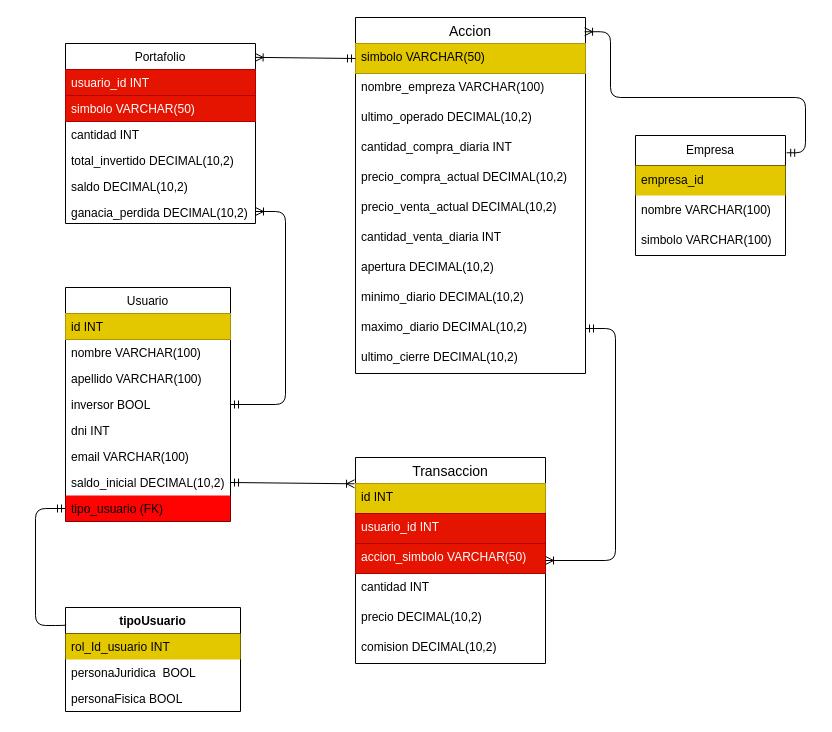
Earlier version of the draw.io diagram base_de_datos/proyecto.drawio (ispc-team-13/argBrokerDemo). Source tidied: cells renumbered, new cells numbered last; positions are measured from the earlier drawing's top-left corner, leaving out a move shared by most shapes. Both pictures are drawn from the tidied source at 100%, with x=0, y=0 at pixel (35, 17).
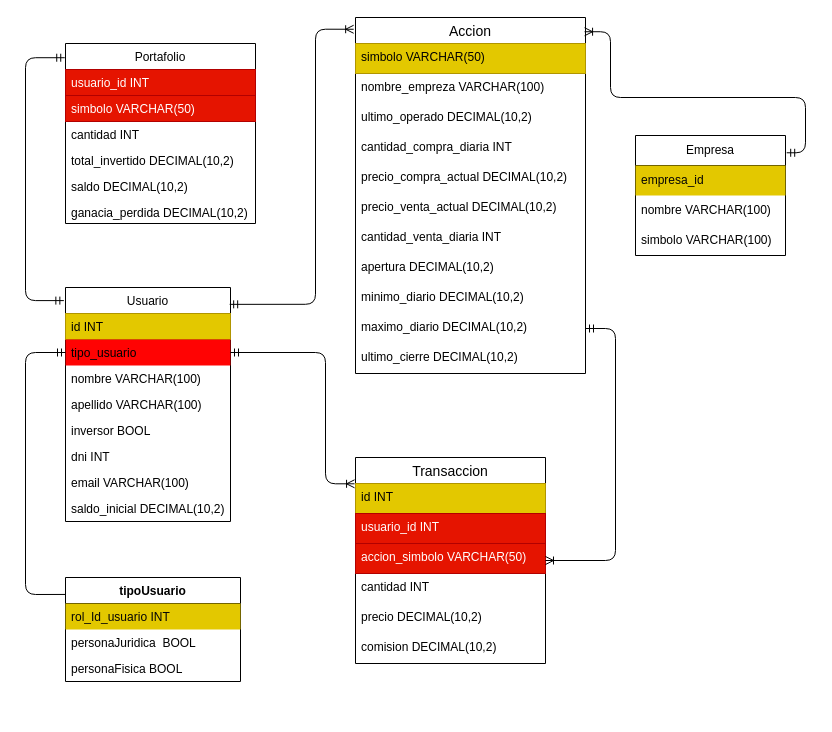
The same diagram, later.

Commit message (it also covers changes not shown here):
Modificación descripción

The change refers to these unchanged cells:
```xml
<mxCell id="2" value="Portafolio" style="swimlane;fontStyle=0;horizontal=1;startSize=26;fillColor=default;" parent="1" vertex="1">
  <mxGeometry x="30" y="26" width="190" height="180" as="geometry" />
</mxCell>
<mxCell id="8" value="ganacia_perdida DECIMAL(10,2)" style="text;strokeColor=none;fillColor=none;align=left;verticalAlign=top;spacingLeft=4;spacingRight=4;overflow=hidden;points=[[0,0.5],[1,0.5]];portConstraint=eastwest;" parent="2" vertex="1">
  <mxGeometry y="156" width="190" height="24" as="geometry" />
</mxCell>
<mxCell id="9" value="Usuario" style="swimlane;fontStyle=0;horizontal=1;startSize=26;fillColor=default;direction=east;" parent="1" vertex="1">
  <mxGeometry x="30" y="270" width="165" height="234" as="geometry" />
</mxCell>
<mxCell id="19" value="Accion" style="swimlane;fontStyle=0;horizontal=1;startSize=26;align=center;fontSize=14;" parent="1" vertex="1">
  <mxGeometry x="320" width="230" height="356" as="geometry" />
</mxCell>
<mxCell id="20" value="simbolo VARCHAR(50)" style="text;strokeColor=#B09500;fillColor=#e3c800;spacingLeft=4;spacingRight=4;overflow=hidden;points=[[0,0.5],[1,0.5]];portConstraint=eastwest;fontSize=12;fontColor=#000000;" parent="19" vertex="1">
  <mxGeometry y="26" width="230" height="30" as="geometry" />
</mxCell>
<mxCell id="33" value="id INT" style="text;strokeColor=#B09500;fillColor=#e3c800;spacingLeft=4;spacingRight=4;overflow=hidden;points=[[0,0.5],[1,0.5]];portConstraint=eastwest;fontSize=12;fontColor=#000000;" parent="32" vertex="1">
  <mxGeometry y="26" width="190" height="30" as="geometry" />
</mxCell>
```

Diff of the diagram source:
```diff
@@
+    <mxCell id="17" value="tipo_usuario" style="text;strokeColor=none;fillColor=#FF0303;align=left;verticalAlign=top;spacingLeft=4;spacingRight=4;overflow=hidden;points=[[0,0.5],[1,0.5]];portConstraint=eastwest;" parent="9" vertex="1">
+      <mxGeometry y="52" width="165" height="26" as="geometry" />
+    </mxCell>
     <mxCell id="11" value="nombre VARCHAR(100)" style="text;strokeColor=none;fillColor=none;align=left;verticalAlign=top;spacingLeft=4;spacingRight=4;overflow=hidden;" parent="9" vertex="1">
-      <mxGeometry y="52" width="165" height="26" as="geometry" />
+      <mxGeometry y="78" width="165" height="26" as="geometry" />
     </mxCell>
     <mxCell id="12" value="apellido VARCHAR(100)" style="text;strokeColor=none;fillColor=none;align=left;verticalAlign=top;spacingLeft=4;spacingRight=4;overflow=hidden;" parent="9" vertex="1">
-      <mxGeometry y="78" width="165" height="26" as="geometry" />
+      <mxGeometry y="104" width="165" height="26" as="geometry" />
     </mxCell>
     <mxCell id="13" value="inversor BOOL" style="text;strokeColor=none;fillColor=none;align=left;verticalAlign=top;spacingLeft=4;spacingRight=4;overflow=hidden;" parent="9" vertex="1">
-      <mxGeometry y="104" width="165" height="26" as="geometry" />
+      <mxGeometry y="130" width="165" height="26" as="geometry" />
     </mxCell>
     <mxCell id="14" value="dni INT" style="text;strokeColor=none;fillColor=none;align=left;verticalAlign=top;spacingLeft=4;spacingRight=4;overflow=hidden;" parent="9" vertex="1">
-      <mxGeometry y="130" width="165" height="26" as="geometry" />
+      <mxGeometry y="156" width="165" height="26" as="geometry" />
     </mxCell>
     <mxCell id="15" value="email VARCHAR(100)" style="text;strokeColor=none;fillColor=none;align=left;verticalAlign=top;spacingLeft=4;spacingRight=4;overflow=hidden;" parent="9" vertex="1">
-      <mxGeometry y="156" width="165" height="26" as="geometry" />
+      <mxGeometry y="182" width="165" height="26" as="geometry" />
     </mxCell>
     <mxCell id="16" value="saldo_inicial DECIMAL(10,2)" style="text;strokeColor=none;fillColor=none;align=left;verticalAlign=top;spacingLeft=4;spacingRight=4;overflow=hidden;points=[[0,0.5],[1,0.5]];portConstraint=eastwest;" parent="9" vertex="1">
-      <mxGeometry y="182" width="165" height="26" as="geometry" />
+      <mxGeometry y="208" width="165" height="26" as="geometry" />
     </mxCell>
-    <mxCell id="17" value="tipo_usuario (FK)" style="text;strokeColor=none;fillColor=#FF0303;align=left;verticalAlign=top;spacingLeft=4;spacingRight=4;overflow=hidden;points=[[0,0.5],[1,0.5]];portConstraint=eastwest;" parent="9" vertex="1">
-      <mxGeometry y="208" width="165" height="26" as="geometry" />
-    </mxCell>
-    <mxCell id="18" style="edgeStyle=entityRelationEdgeStyle;fontSize=12;html=1;endArrow=ERoneToMany;startArrow=ERmandOne;" parent="1" edge="1" source="9" target="8">
-      <mxGeometry relative="1" as="geometry" />
+    <mxCell id="18" style="edgeStyle=orthogonalEdgeStyle;fontSize=12;html=1;endArrow=ERoneToMany;startArrow=ERmandOne;exitX=0.995;exitY=0.072;exitDx=0;exitDy=0;exitPerimeter=0;entryX=-0.008;entryY=0.033;entryDx=0;entryDy=0;entryPerimeter=0;" parent="1" edge="1" source="9" target="19">
+      <mxGeometry relative="1" as="geometry">
+        <Array as="points">
+          <mxPoint x="280" y="287" />
+          <mxPoint x="280" y="12" />
+        </Array>
+      </mxGeometry>
     </mxCell>
@@
-    <mxCell id="31" style="fontSize=12;html=1;endArrow=ERoneToMany;startArrow=ERmandOne;entryX=0.998;entryY=0.077;entryDx=0;entryDy=0;entryPerimeter=0;exitX=0;exitY=0.5;exitDx=0;exitDy=0;" parent="1" edge="1" source="20" target="2">
-      <mxGeometry relative="1" as="geometry" />
-    </mxCell>
@@
-    <mxCell id="39" style="fontSize=12;html=1;endArrow=ERoneToMany;startArrow=ERmandOne;exitX=1;exitY=0.5;exitDx=0;exitDy=0;entryX=-0.005;entryY=0.01;entryDx=0;entryDy=0;entryPerimeter=0;" parent="1" edge="1" source="16" target="33">
-      <mxGeometry relative="1" as="geometry" />
+    <mxCell id="39" style="fontSize=12;html=1;endArrow=ERoneToMany;startArrow=ERmandOne;exitX=1;exitY=0.5;exitDx=0;exitDy=0;entryX=-0.005;entryY=0.01;entryDx=0;entryDy=0;entryPerimeter=0;edgeStyle=orthogonalEdgeStyle;" parent="1" edge="1" source="17" target="33">
+      <mxGeometry relative="1" as="geometry">
+        <Array as="points">
+          <mxPoint x="290" y="335" />
+          <mxPoint x="290" y="466" />
+        </Array>
+      </mxGeometry>
     </mxCell>
@@
     <mxCell id="41" value="tipoUsuario" style="swimlane;fontStyle=1;align=center;verticalAlign=top;horizontal=1;startSize=26;" parent="1" vertex="1">
-      <mxGeometry x="30" y="590" width="175" height="104" as="geometry" />
+      <mxGeometry x="30" y="560" width="175" height="104" as="geometry" />
     </mxCell>
@@
     <mxCell id="45" style="edgeStyle=orthogonalEdgeStyle;fontSize=12;html=1;endArrow=ERmandOne;entryX=0;entryY=0.5;entryDx=0;entryDy=0;rounded=1;elbow=vertical;exitX=0.001;exitY=0.163;exitDx=0;exitDy=0;exitPerimeter=0;" parent="1" edge="1" source="41" target="17">
       <mxGeometry relative="1" as="geometry">
         <Array as="points">
-          <mxPoint y="608" />
-          <mxPoint y="491" />
+          <mxPoint x="-10" y="577" />
+          <mxPoint x="-10" y="335" />
         </Array>
       </mxGeometry>
     </mxCell>
@@
+    <mxCell id="51" style="edgeStyle=orthogonalEdgeStyle;fontSize=12;html=1;endArrow=ERmandOne;startArrow=ERmandOne;exitX=-0.01;exitY=0.056;exitDx=0;exitDy=0;exitPerimeter=0;entryX=-0.004;entryY=0.079;entryDx=0;entryDy=0;entryPerimeter=0;endFill=0;" parent="1" edge="1" source="9" target="2">
+      <mxGeometry relative="1" as="geometry">
+        <Array as="points">
+          <mxPoint x="-10" y="283" />
+          <mxPoint x="-10" y="40" />
+        </Array>
+      </mxGeometry>
+    </mxCell>
```
